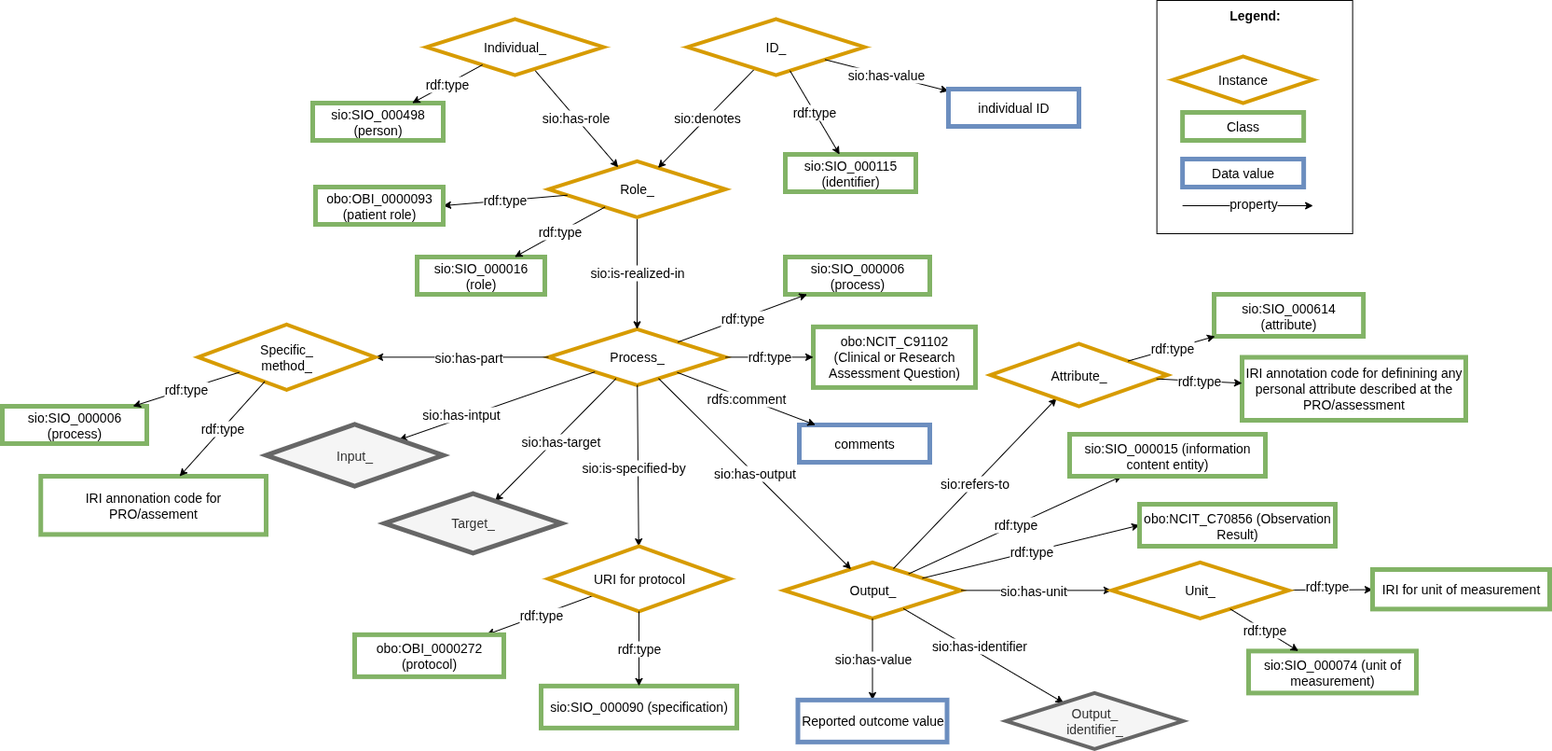
This is images/CARE-SM-Questionnaire.drawio.png from CARE-SM/CARE-Semantic-Model, a draw.io export, as it was before one commit. Source tidied: cells renumbered, new cells last; positions are measured from the earlier drawing's top-left corner, leaving out a move shared by most shapes.
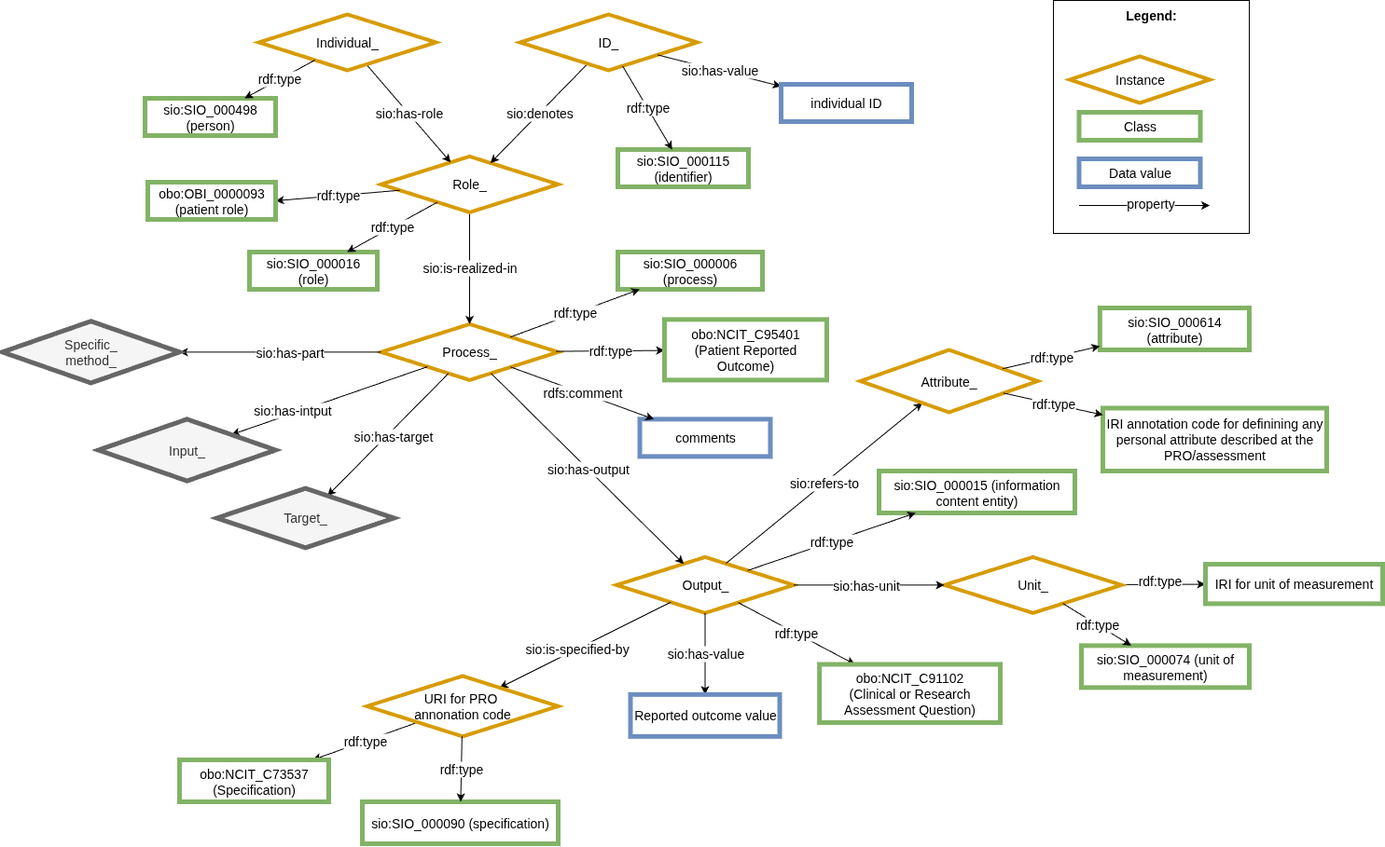
Later version of the same file.

The edit, as a diff of the source:
```diff
@@ -14,11 +14,8 @@
     <mxCell id="5" value="sio:SIO_000006 (process)" style="whiteSpace=wrap;html=1;fillColor=#FFFFFF;strokeColor=#82b366;strokeWidth=5;fontSize=14;" parent="1" vertex="1">
       <mxGeometry x="840" y="275" width="155" height="40" as="geometry" />
     </mxCell>
-    <mxCell id="6" value="rdf:type" style="edgeStyle=none;rounded=0;jettySize=auto;html=1;fontSize=14;" parent="1" edge="1" source="2" target="7">
-      <mxGeometry relative="1" as="geometry" />
-    </mxCell>
     <mxCell id="7" value="&lt;font style=&quot;font-size: 14px;&quot;&gt;sio:SIO_000015 (information content entity)&lt;/font&gt;" style="whiteSpace=wrap;html=1;fillColor=#FFFFFF;strokeColor=#82b366;strokeWidth=5;fontSize=14;" parent="1" vertex="1">
-      <mxGeometry x="1145" y="465" width="210" height="45" as="geometry" />
+      <mxGeometry x="1120" y="510" width="210" height="45" as="geometry" />
     </mxCell>
     <mxCell id="8" value="Role_" style="rhombus;whiteSpace=wrap;html=1;fillColor=#FFFFFF;strokeColor=#D79B00;perimeter=rhombusPerimeter;arcSize=20;comic=0;enumerate=0;strokeWidth=4;rounded=0;fontSize=14;" parent="1" vertex="1">
       <mxGeometry x="586" y="172.4" width="190" height="60" as="geometry" />
@@ -52,38 +49,30 @@
         <mxPoint x="-61" y="18" as="offset" />
       </mxGeometry>
     </mxCell>
-    <mxCell id="18" style="edgeStyle=none;rounded=0;jettySize=auto;html=1;strokeWidth=1;fontSize=14;" parent="1" edge="1" source="3" target="66">
+    <mxCell id="18" style="edgeStyle=none;rounded=0;jettySize=auto;html=1;strokeWidth=1;fontSize=14;" parent="1" edge="1" source="2" target="66">
       <mxGeometry relative="1" as="geometry" />
     </mxCell>
     <mxCell id="19" value="sio:is-specified-by" style="edgeLabel;html=1;align=center;verticalAlign=middle;fontSize=14;" parent="18" vertex="1">
       <mxGeometry x="-0.21" y="-1" relative="1" as="geometry">
-        <mxPoint x="-4" y="19" as="offset" />
+        <mxPoint x="-28" y="14" as="offset" />
       </mxGeometry>
     </mxCell>
-    <mxCell id="20" style="edgeStyle=none;rounded=0;jettySize=auto;html=1;fontSize=14;entryX=0;entryY=0.5;entryDx=0;entryDy=0;" parent="1" edge="1" source="2" target="72">
-      <mxGeometry relative="1" as="geometry" />
-    </mxCell>
-    <mxCell id="21" value="sio:has-unit" style="edgeLabel;html=1;align=center;verticalAlign=middle;fontSize=14;" parent="20" vertex="1">
-      <mxGeometry x="-0.21" y="-1" relative="1" as="geometry">
-        <mxPoint x="13" y="-1" as="offset" />
-      </mxGeometry>
-    </mxCell>
     <mxCell id="22" value="&lt;div style=&quot;text-align: left; font-size: 14px;&quot;&gt;&lt;span style=&quot;background-color: initial; font-size: 14px;&quot;&gt;&lt;b style=&quot;font-size: 14px;&quot;&gt;&lt;font style=&quot;font-size: 14px;&quot;&gt;Legend:&lt;/font&gt;&lt;/b&gt;&lt;/span&gt;&lt;/div&gt;&lt;div style=&quot;text-align: left; font-size: 14px;&quot;&gt;&lt;span style=&quot;background-color: initial; font-size: 14px;&quot;&gt;&lt;br style=&quot;font-size: 14px;&quot;&gt;&lt;/span&gt;&lt;/div&gt;&lt;div style=&quot;text-align: left; font-size: 14px;&quot;&gt;&lt;span style=&quot;background-color: initial; font-size: 14px;&quot;&gt;&lt;br style=&quot;font-size: 14px;&quot;&gt;&lt;/span&gt;&lt;/div&gt;&lt;div style=&quot;text-align: left; font-size: 14px;&quot;&gt;&lt;span style=&quot;background-color: initial; font-size: 14px;&quot;&gt;&lt;br style=&quot;font-size: 14px;&quot;&gt;&lt;/span&gt;&lt;/div&gt;&lt;div style=&quot;text-align: left; font-size: 14px;&quot;&gt;&lt;br style=&quot;font-size: 14px;&quot;&gt;&lt;/div&gt;&lt;div style=&quot;text-align: left; font-size: 14px;&quot;&gt;&lt;br style=&quot;font-size: 14px;&quot;&gt;&lt;/div&gt;&lt;div style=&quot;text-align: left; font-size: 14px;&quot;&gt;&lt;br style=&quot;font-size: 14px;&quot;&gt;&lt;/div&gt;&lt;div style=&quot;text-align: left; font-size: 14px;&quot;&gt;&lt;br style=&quot;font-size: 14px;&quot;&gt;&lt;/div&gt;&lt;div style=&quot;text-align: left; font-size: 14px;&quot;&gt;&lt;br style=&quot;font-size: 14px;&quot;&gt;&lt;/div&gt;&lt;div style=&quot;text-align: left; font-size: 14px;&quot;&gt;&lt;span style=&quot;background-color: initial; font-size: 14px;&quot;&gt;&lt;br style=&quot;font-size: 14px;&quot;&gt;&lt;/span&gt;&lt;/div&gt;&lt;div style=&quot;text-align: left; font-size: 14px;&quot;&gt;&lt;span style=&quot;background-color: initial; font-size: 14px;&quot;&gt;&lt;br style=&quot;font-size: 14px;&quot;&gt;&lt;/span&gt;&lt;/div&gt;&lt;div style=&quot;text-align: left; font-size: 14px;&quot;&gt;&lt;span style=&quot;background-color: initial; font-size: 14px;&quot;&gt;&lt;br style=&quot;font-size: 14px;&quot;&gt;&lt;/span&gt;&lt;/div&gt;&lt;div style=&quot;text-align: left; font-size: 14px;&quot;&gt;&lt;span style=&quot;background-color: initial; font-size: 14px;&quot;&gt;&lt;br style=&quot;font-size: 14px;&quot;&gt;&lt;/span&gt;&lt;/div&gt;&lt;div style=&quot;text-align: left; font-size: 14px;&quot;&gt;&lt;span style=&quot;background-color: initial; font-size: 14px;&quot;&gt;&lt;br style=&quot;font-size: 14px;&quot;&gt;&lt;/span&gt;&lt;/div&gt;" style="rounded=0;whiteSpace=wrap;html=1;fontSize=14;" parent="1" vertex="1">
-      <mxGeometry x="1238.6" width="210" height="250" as="geometry" />
+      <mxGeometry x="1307" y="5" width="210" height="250" as="geometry" />
     </mxCell>
     <mxCell id="23" value="Class" style="whiteSpace=wrap;html=1;fillColor=#FFFFFF;strokeColor=#82b366;strokeWidth=5;fontSize=14;" parent="1" vertex="1">
-      <mxGeometry x="1266.1" y="120" width="130" height="30" as="geometry" />
+      <mxGeometry x="1334.5" y="125" width="130" height="30" as="geometry" />
     </mxCell>
     <mxCell id="24" value="Instance" style="rhombus;whiteSpace=wrap;html=1;fillColor=#FFFFFF;strokeColor=#D79B00;rotation=0;perimeter=rhombusPerimeter;arcSize=20;comic=0;enumerate=0;strokeWidth=4;rounded=0;fontSize=14;" parent="1" vertex="1">
-      <mxGeometry x="1256.1" y="60" width="150" height="50" as="geometry" />
+      <mxGeometry x="1324.5" y="65" width="150" height="50" as="geometry" />
     </mxCell>
     <mxCell id="25" value="Data value" style="whiteSpace=wrap;html=1;fillColor=#FFFFFF;strokeColor=#6c8ebf;strokeWidth=5;fontSize=14;" parent="1" vertex="1">
-      <mxGeometry x="1266.1" y="170" width="130" height="30" as="geometry" />
+      <mxGeometry x="1334.5" y="175" width="130" height="30" as="geometry" />
     </mxCell>
     <mxCell id="26" value="property" style="rounded=0;orthogonalLoop=1;jettySize=auto;html=1;exitX=1;exitY=1;exitDx=0;exitDy=0;fontSize=14;" parent="1" edge="1">
       <mxGeometry x="0.09" y="2" relative="1" as="geometry">
-        <mxPoint x="1266.1" y="220" as="sourcePoint" />
-        <mxPoint x="1406.1" y="220" as="targetPoint" />
+        <mxPoint x="1334.5" y="225" as="sourcePoint" />
+        <mxPoint x="1474.5" y="225" as="targetPoint" />
       </mxGeometry>
     </mxCell>
     <mxCell id="27" value="rdf:type" style="edgeStyle=none;rounded=0;jettySize=auto;html=1;fontSize=14;" parent="1" edge="1" source="12" target="15">
@@ -108,28 +97,17 @@
         <mxPoint x="-13" y="1" as="offset" />
       </mxGeometry>
     </mxCell>
-    <mxCell id="33" style="edgeStyle=none;rounded=0;jettySize=auto;html=1;fontSize=14;" parent="1" edge="1" source="2" target="35">
-      <mxGeometry relative="1" as="geometry" />
-    </mxCell>
-    <mxCell id="34" value="sio:has-identifier" style="edgeLabel;html=1;align=center;verticalAlign=middle;fontSize=14;" parent="33" vertex="1">
-      <mxGeometry x="-0.21" y="-1" relative="1" as="geometry">
-        <mxPoint x="13" y="-1" as="offset" />
-      </mxGeometry>
-    </mxCell>
-    <mxCell id="35" value="Output_&lt;div style=&quot;font-size: 14px;&quot;&gt;identifier_&lt;/div&gt;" style="rhombus;whiteSpace=wrap;html=1;fillColor=#f5f5f5;strokeColor=#666666;perimeter=rhombusPerimeter;arcSize=20;comic=0;enumerate=0;strokeWidth=4;rounded=0;fontSize=14;fontColor=#333333;" parent="1" vertex="1">
-      <mxGeometry x="1076.8" y="742.4" width="190" height="60" as="geometry" />
-    </mxCell>
     <mxCell id="36" value="rdf:type" style="edgeStyle=none;rounded=0;jettySize=auto;html=1;fontSize=14;" parent="1" edge="1" source="8" target="13">
       <mxGeometry relative="1" as="geometry" />
     </mxCell>
     <mxCell id="37" value="rdf:type" style="edgeStyle=none;rounded=0;jettySize=auto;html=1;fontSize=14;" parent="1" edge="1" source="10" target="14">
       <mxGeometry relative="1" as="geometry" />
     </mxCell>
-    <mxCell id="38" value="rdf:type" style="edgeStyle=none;rounded=0;jettySize=auto;html=1;entryX=0;entryY=0.5;entryDx=0;entryDy=0;fontSize=14;" parent="1" edge="1" source="2" target="39">
+    <mxCell id="38" value="rdf:type" style="edgeStyle=none;rounded=0;jettySize=auto;html=1;fontSize=14;" parent="1" edge="1" source="2" target="39">
       <mxGeometry relative="1" as="geometry" />
     </mxCell>
-    <mxCell id="39" value="obo:NCIT_C70856 (Observation Result)" style="whiteSpace=wrap;html=1;fillColor=#FFFFFF;strokeColor=#82b366;strokeWidth=5;fontSize=14;" parent="1" vertex="1">
-      <mxGeometry x="1220" y="540" width="210" height="45" as="geometry" />
+    <mxCell id="39" value="obo:NCIT_C91102&lt;div&gt;(Clinical or Research Assessment Question)&lt;/div&gt;" style="whiteSpace=wrap;html=1;fillColor=#FFFFFF;strokeColor=#82b366;strokeWidth=5;fontSize=14;" parent="1" vertex="1">
+      <mxGeometry x="1056.1" y="717.5" width="193.9" height="62.5" as="geometry" />
     </mxCell>
     <mxCell id="40" value="sio:has-value" style="rounded=0;jettySize=auto;html=1;fontSize=14;" parent="1" edge="1" source="2" target="41">
       <mxGeometry relative="1" as="geometry" />
@@ -149,14 +127,11 @@
     <mxCell id="45" value="individual ID" style="whiteSpace=wrap;html=1;fillColor=#FFFFFF;strokeColor=#6c8ebf;strokeWidth=5;fontSize=14;" parent="1" vertex="1">
       <mxGeometry x="1015" y="95" width="140" height="40" as="geometry" />
     </mxCell>
-    <mxCell id="46" value="obo:NCIT_C91102&lt;div&gt;(Clinical or Research Assessment Question)&lt;/div&gt;" style="whiteSpace=wrap;html=1;fillColor=#FFFFFF;strokeColor=#82b366;strokeWidth=5;fontSize=14;" parent="1" vertex="1">
-      <mxGeometry x="870" y="349.9" width="174" height="65" as="geometry" />
-    </mxCell>
-    <mxCell id="47" value="rdf:type" style="edgeStyle=none;rounded=0;jettySize=auto;html=1;fontSize=14;" parent="1" edge="1" source="3" target="46">
+    <mxCell id="47" value="rdf:type" style="edgeStyle=none;rounded=0;jettySize=auto;html=1;fontSize=14;" parent="1" edge="1" source="3" target="74">
       <mxGeometry relative="1" as="geometry" />
     </mxCell>
     <mxCell id="48" value="comments" style="whiteSpace=wrap;html=1;fillColor=#FFFFFF;strokeColor=#6c8ebf;strokeWidth=5;fontSize=14;" parent="1" vertex="1">
-      <mxGeometry x="855" y="455" width="140" height="40" as="geometry" />
+      <mxGeometry x="863.5" y="454.4" width="140" height="40" as="geometry" />
     </mxCell>
     <mxCell id="49" value="rdfs:comment" style="rounded=0;jettySize=auto;html=1;fontSize=14;" parent="1" edge="1" source="3" target="48">
       <mxGeometry relative="1" as="geometry" />
@@ -164,43 +139,28 @@
     <mxCell id="50" value="rdf:type" style="edgeStyle=none;rounded=0;jettySize=auto;html=1;fontSize=14;" parent="1" edge="1" source="3" target="5">
       <mxGeometry relative="1" as="geometry" />
     </mxCell>
-    <mxCell id="51" value="&lt;div style=&quot;font-size: 14px;&quot;&gt;Specific_&lt;/div&gt;&lt;div style=&quot;font-size: 14px;&quot;&gt;method_&lt;/div&gt;" style="rhombus;whiteSpace=wrap;html=1;fillColor=#FFFFFF;strokeColor=#D79B00;perimeter=rhombusPerimeter;arcSize=20;comic=0;enumerate=0;strokeWidth=4;rounded=0;fontSize=14;" parent="1" vertex="1">
-      <mxGeometry x="210" y="347.4" width="190" height="70" as="geometry" />
-    </mxCell>
-    <mxCell id="52" value="IRI annonation code for PRO/assement" style="whiteSpace=wrap;html=1;fillColor=#FFFFFF;strokeColor=#82b366;strokeWidth=5;fontSize=14;" parent="1" vertex="1">
-      <mxGeometry x="41.2" y="510" width="241.8" height="62.4" as="geometry" />
-    </mxCell>
-    <mxCell id="53" value="sio:SIO_000006 (process)" style="whiteSpace=wrap;html=1;fillColor=#FFFFFF;strokeColor=#82b366;strokeWidth=5;fontSize=14;" parent="1" vertex="1">
-      <mxGeometry y="435" width="155" height="40" as="geometry" />
-    </mxCell>
     <mxCell id="54" value="Input_" style="rhombus;whiteSpace=wrap;html=1;fillColor=#f5f5f5;strokeColor=#666666;strokeWidth=5;fontSize=14;fontColor=#333333;" parent="1" vertex="1">
       <mxGeometry x="283" y="454.4" width="190" height="66.2" as="geometry" />
     </mxCell>
     <mxCell id="55" value="Target_" style="rhombus;whiteSpace=wrap;html=1;fillColor=#f5f5f5;strokeColor=#666666;strokeWidth=5;fontSize=14;fontColor=#333333;" parent="1" vertex="1">
       <mxGeometry x="410" y="528.6" width="190" height="63.8" as="geometry" />
     </mxCell>
-    <mxCell id="56" value="rdf:type" style="edgeStyle=none;rounded=0;jettySize=auto;html=1;fontSize=14;" parent="1" edge="1" source="51" target="52">
-      <mxGeometry relative="1" as="geometry" />
-    </mxCell>
-    <mxCell id="57" value="rdf:type" style="edgeStyle=none;rounded=0;jettySize=auto;html=1;fontSize=14;" parent="1" edge="1" source="51" target="53">
-      <mxGeometry relative="1" as="geometry" />
-    </mxCell>
     <mxCell id="58" value="sio:refers-to" style="edgeStyle=none;rounded=0;jettySize=auto;html=1;fontSize=14;" parent="1" edge="1" target="59">
       <mxGeometry relative="1" as="geometry">
         <mxPoint x="956" y="609" as="sourcePoint" />
       </mxGeometry>
     </mxCell>
     <mxCell id="59" value="Attribute_" style="rhombus;whiteSpace=wrap;html=1;fillColor=#FFFFFF;strokeColor=#D79B00;perimeter=rhombusPerimeter;arcSize=20;comic=0;enumerate=0;strokeWidth=4;rounded=0;fontSize=14;" parent="1" vertex="1">
-      <mxGeometry x="1060" y="368" width="190" height="67" as="geometry" />
+      <mxGeometry x="1100" y="380" width="190" height="67" as="geometry" />
     </mxCell>
     <mxCell id="60" value="&lt;font style=&quot;font-size: 14px;&quot;&gt;sio:SIO_000614 (attribute)&lt;/font&gt;" style="whiteSpace=wrap;html=1;fillColor=#FFFFFF;strokeColor=#82b366;strokeWidth=5;fontSize=14;" parent="1" vertex="1">
-      <mxGeometry x="1300" y="315" width="160.2" height="45" as="geometry" />
+      <mxGeometry x="1356.8" y="335" width="160.2" height="45" as="geometry" />
     </mxCell>
     <mxCell id="61" value="rdf:type" style="edgeStyle=none;rounded=0;jettySize=auto;html=1;fontSize=14;" parent="1" edge="1" source="59" target="60">
       <mxGeometry relative="1" as="geometry" />
     </mxCell>
     <mxCell id="62" value="IRI annotation code for definining any personal attribute described at the PRO/assessment" style="whiteSpace=wrap;html=1;fillColor=#FFFFFF;strokeColor=#82b366;strokeWidth=5;fontSize=14;" parent="1" vertex="1">
-      <mxGeometry x="1330" y="382.5" width="240" height="67.5" as="geometry" />
+      <mxGeometry x="1360" y="442.5" width="240" height="67.5" as="geometry" />
     </mxCell>
     <mxCell id="63" value="rdf:type" style="edgeStyle=none;rounded=0;jettySize=auto;html=1;fontSize=14;" parent="1" edge="1" source="59" target="62">
       <mxGeometry relative="1" as="geometry" />
@@ -208,14 +168,14 @@
     <mxCell id="64" value="rdf:type" style="edgeStyle=none;rounded=0;jettySize=auto;html=1;fontSize=14;" parent="1" edge="1" source="66" target="65">
       <mxGeometry relative="1" as="geometry" />
     </mxCell>
-    <mxCell id="65" value="obo:OBI_0000272 (protocol)" style="whiteSpace=wrap;html=1;fillColor=#FFFFFF;strokeColor=#82b366;strokeWidth=5;fontSize=14;" parent="1" vertex="1">
-      <mxGeometry x="378" y="679.9" width="160" height="45" as="geometry" />
+    <mxCell id="65" value="obo:NCIT_C73537 (Specification)" style="whiteSpace=wrap;html=1;fillColor=#FFFFFF;strokeColor=#82b366;strokeWidth=5;fontSize=14;" parent="1" vertex="1">
+      <mxGeometry x="370" y="820" width="160" height="45" as="geometry" />
     </mxCell>
-    <mxCell id="66" value="URI for protocol" style="rhombus;whiteSpace=wrap;html=1;fillColor=#FFFFFF;strokeColor=#D79B00;perimeter=rhombusPerimeter;arcSize=20;comic=0;enumerate=0;strokeWidth=4;rounded=0;fontSize=14;" parent="1" vertex="1">
-      <mxGeometry x="585.5" y="585" width="195" height="69.9" as="geometry" />
+    <mxCell id="66" value="URI for PRO&amp;nbsp;&lt;div&gt;annonation code&lt;/div&gt;" style="rhombus;whiteSpace=wrap;html=1;fillColor=#FFFFFF;strokeColor=#D79B00;perimeter=rhombusPerimeter;arcSize=20;comic=0;enumerate=0;strokeWidth=4;rounded=0;fontSize=14;" parent="1" vertex="1">
+      <mxGeometry x="571" y="730" width="205" height="64.9" as="geometry" />
     </mxCell>
     <mxCell id="67" value="&lt;font style=&quot;font-size: 14px;&quot;&gt;sio:SIO_000090 (specification)&lt;/font&gt;" style="whiteSpace=wrap;html=1;fillColor=#FFFFFF;strokeColor=#82b366;strokeWidth=5;fontSize=14;" parent="1" vertex="1">
-      <mxGeometry x="578" y="734.9" width="210" height="45" as="geometry" />
+      <mxGeometry x="566" y="865" width="210" height="45" as="geometry" />
     </mxCell>
     <mxCell id="68" value="rdf:type" style="edgeStyle=none;rounded=0;jettySize=auto;html=1;fontSize=14;" parent="1" edge="1" source="66" target="67">
       <mxGeometry relative="1" as="geometry" />
@@ -237,5 +197,22 @@
     <mxCell id="73" value="rdf:type" style="edgeStyle=none;rounded=0;jettySize=auto;html=1;fontSize=14;" parent="1" edge="1" source="72" target="69">
       <mxGeometry relative="1" as="geometry" />
     </mxCell>
+    <mxCell id="6" value="rdf:type" style="edgeStyle=none;rounded=0;jettySize=auto;html=1;fontSize=14;" parent="1" edge="1" source="2" target="7">
+      <mxGeometry relative="1" as="geometry" />
+    </mxCell>
+    <mxCell id="51" value="Specific_&lt;div&gt;method_&lt;/div&gt;" style="rhombus;whiteSpace=wrap;html=1;fillColor=#f5f5f5;strokeColor=#666666;strokeWidth=5;fontSize=14;fontColor=#333333;" parent="1" vertex="1">
+      <mxGeometry x="180" y="349.2" width="190" height="66.2" as="geometry" />
+    </mxCell>
+    <mxCell id="20" style="edgeStyle=none;rounded=0;jettySize=auto;html=1;fontSize=14;entryX=0;entryY=0.5;entryDx=0;entryDy=0;" parent="1" edge="1" source="2" target="72">
+      <mxGeometry relative="1" as="geometry" />
+    </mxCell>
+    <mxCell id="21" value="sio:has-unit" style="edgeLabel;html=1;align=center;verticalAlign=middle;fontSize=14;" parent="20" vertex="1">
+      <mxGeometry x="-0.21" y="-1" relative="1" as="geometry">
+        <mxPoint x="13" y="-1" as="offset" />
+      </mxGeometry>
+    </mxCell>
+    <mxCell id="74" value="obo:NCIT_C95401&lt;div&gt;(&lt;span style=&quot;background-color: transparent;&quot;&gt;Patient Reported Outcome&lt;/span&gt;)&lt;/div&gt;" style="whiteSpace=wrap;html=1;fillColor=#FFFFFF;strokeColor=#82b366;strokeWidth=5;fontSize=14;" parent="1" vertex="1">
+      <mxGeometry x="890" y="347.4" width="174" height="65" as="geometry" />
+    </mxCell>
   </root>
 </mxGraphModel>
```
